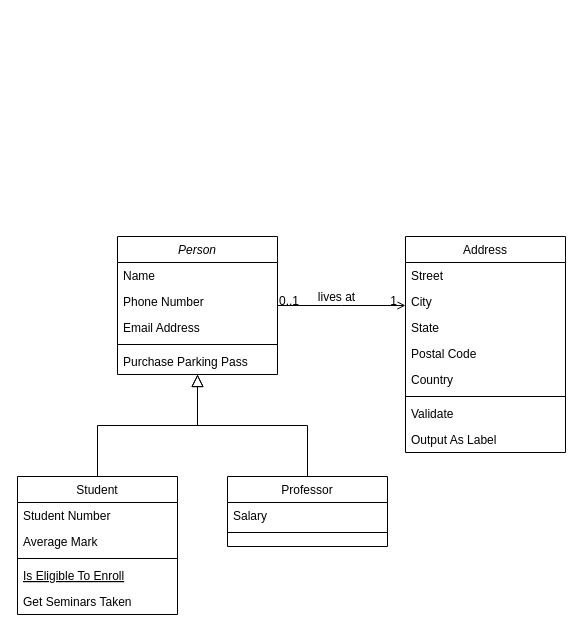
davidefgrossi/davidefgrossi keeps this draw.io diagram as Untitled Diagram.drawio. Above is the earlier version. Source tidied: cells renumbered, new cells numbered last; positions are measured from the earlier drawing's top-left corner, leaving out a move shared by most shapes. Both pictures are drawn from the tidied source at 100%, with x=0, y=0 at pixel (17, 236).
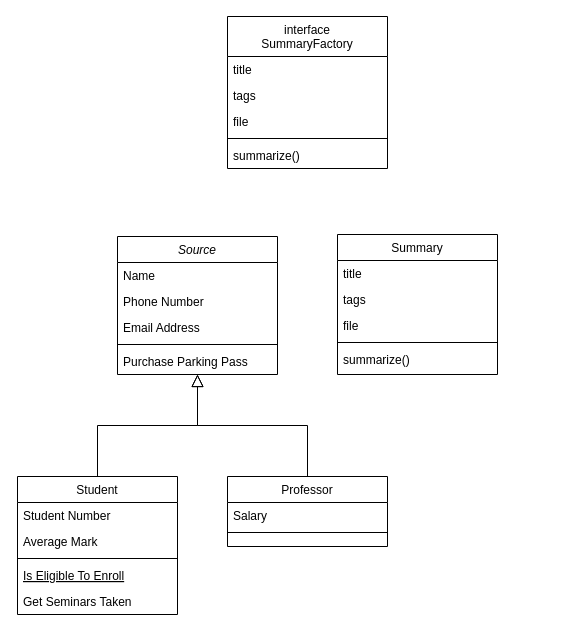
Above is the later version.

Change to the diagram source:
```diff
@@
-    <mxCell id="2" value="Person" style="swimlane;fontStyle=2;align=center;verticalAlign=top;horizontal=1;startSize=26;rounded=0;shadow=0;strokeWidth=1;" parent="1" vertex="1">
+    <mxCell id="2" value="Source" style="swimlane;fontStyle=2;align=center;verticalAlign=top;horizontal=1;startSize=26;rounded=0;shadow=0;strokeWidth=1;" parent="1" vertex="1">
       <mxGeometry x="100" width="160" height="138" as="geometry" />
     </mxCell>
@@
-    <mxCell id="19" value="Address" style="swimlane;fontStyle=0;align=center;verticalAlign=top;horizontal=1;startSize=26;rounded=0;shadow=0;strokeWidth=1;" parent="1" vertex="1">
-      <mxGeometry x="388" width="160" height="216" as="geometry" />
+    <mxCell id="19" value="Summary" style="swimlane;fontStyle=0;align=center;verticalAlign=top;horizontal=1;startSize=26;rounded=0;shadow=0;strokeWidth=1;" parent="1" vertex="1">
+      <mxGeometry x="320" y="-2" width="160" height="140" as="geometry" />
     </mxCell>
-    <mxCell id="20" value="Street" style="text;align=left;verticalAlign=top;spacingLeft=4;spacingRight=4;overflow=hidden;" parent="19" vertex="1">
+    <mxCell id="20" value="title    " style="text;align=left;verticalAlign=top;spacingLeft=4;spacingRight=4;overflow=hidden;" parent="19" vertex="1">
       <mxGeometry y="26" width="160" height="26" as="geometry" />
     </mxCell>
-    <mxCell id="21" value="City" style="text;align=left;verticalAlign=top;spacingLeft=4;spacingRight=4;overflow=hidden;rounded=0;shadow=0;html=0;" parent="19" vertex="1">
+    <mxCell id="21" value="tags" style="text;align=left;verticalAlign=top;spacingLeft=4;spacingRight=4;overflow=hidden;rounded=0;shadow=0;html=0;" parent="19" vertex="1">
       <mxGeometry y="52" width="160" height="26" as="geometry" />
     </mxCell>
-    <mxCell id="22" value="State" style="text;align=left;verticalAlign=top;spacingLeft=4;spacingRight=4;overflow=hidden;rounded=0;shadow=0;html=0;" parent="19" vertex="1">
-      <mxGeometry y="78" width="160" height="26" as="geometry" />
-    </mxCell>
-    <mxCell id="23" value="Postal Code" style="text;align=left;verticalAlign=top;spacingLeft=4;spacingRight=4;overflow=hidden;rounded=0;shadow=0;html=0;" parent="19" vertex="1">
-      <mxGeometry y="104" width="160" height="26" as="geometry" />
-    </mxCell>
-    <mxCell id="24" value="Country" style="text;align=left;verticalAlign=top;spacingLeft=4;spacingRight=4;overflow=hidden;rounded=0;shadow=0;html=0;" parent="19" vertex="1">
-      <mxGeometry y="130" width="160" height="26" as="geometry" />
-    </mxCell>
+    <mxCell id="32" value="file" style="text;align=left;verticalAlign=top;spacingLeft=4;spacingRight=4;overflow=hidden;rounded=0;shadow=0;html=0;" parent="19" vertex="1">
+      <mxGeometry y="78" width="160" height="26" as="geometry" />
+    </mxCell>
     <mxCell id="25" style="line;html=1;strokeWidth=1;align=left;verticalAlign=middle;spacingTop=-1;spacingLeft=3;spacingRight=3;labelPosition=right;" parent="19" vertex="1">
-      <mxGeometry y="156" width="160" height="8" as="geometry" />
+      <mxGeometry y="104" width="160" height="8" as="geometry" />
     </mxCell>
-    <mxCell id="26" value="Validate" style="text;align=left;verticalAlign=top;spacingLeft=4;spacingRight=4;overflow=hidden;" parent="19" vertex="1">
-      <mxGeometry y="164" width="160" height="26" as="geometry" />
+    <mxCell id="26" value="summarize()" style="text;align=left;verticalAlign=top;spacingLeft=4;spacingRight=4;overflow=hidden;" parent="19" vertex="1">
+      <mxGeometry y="112" width="160" height="26" as="geometry" />
     </mxCell>
-    <mxCell id="27" value="Output As Label" style="text;align=left;verticalAlign=top;spacingLeft=4;spacingRight=4;overflow=hidden;" parent="19" vertex="1">
-      <mxGeometry y="190" width="160" height="26" as="geometry" />
-    </mxCell>
-    <mxCell id="28" style="endArrow=open;shadow=0;strokeWidth=1;rounded=0;endFill=1;edgeStyle=elbowEdgeStyle;elbow=vertical;" parent="1" edge="1" source="2" target="19">
-      <mxGeometry x="0.5" y="41" relative="1" as="geometry">
-        <mxPoint x="-40" y="32" as="offset" />
-      </mxGeometry>
-    </mxCell>
-    <mxCell id="29" value="0..1" style="align=left;verticalAlign=bottom;labelBackgroundColor=none;fontSize=12;" parent="28" vertex="1">
-      <mxGeometry x="-1" relative="1" as="geometry">
-        <mxPoint y="4" as="offset" />
-      </mxGeometry>
-    </mxCell>
-    <mxCell id="30" value="1" style="align=right;verticalAlign=bottom;labelBackgroundColor=none;fontSize=12;" parent="28" vertex="1">
-      <mxGeometry x="1" relative="1" as="geometry">
-        <mxPoint x="-7" y="4" as="offset" />
-      </mxGeometry>
-    </mxCell>
-    <mxCell id="31" value="lives at" style="text;html=1;align=center;verticalAlign=middle;labelBackgroundColor=none;rounded=0;shadow=0;strokeWidth=1;fontSize=12;" parent="28" vertex="1">
-      <mxGeometry x="0.5" y="49" relative="1" as="geometry">
-        <mxPoint x="-38" y="40" as="offset" />
-      </mxGeometry>
-    </mxCell>
+    <mxCell id="33" value="interface&#10;SummaryFactory&#10;" style="swimlane;fontStyle=0;align=center;verticalAlign=top;horizontal=1;startSize=40;rounded=0;shadow=0;strokeWidth=1;" parent="1" vertex="1">
+      <mxGeometry x="210" y="-220" width="160" height="152" as="geometry" />
+    </mxCell>
+    <mxCell id="34" value="title    " style="text;align=left;verticalAlign=top;spacingLeft=4;spacingRight=4;overflow=hidden;" parent="33" vertex="1">
+      <mxGeometry y="40" width="160" height="26" as="geometry" />
+    </mxCell>
+    <mxCell id="35" value="tags" style="text;align=left;verticalAlign=top;spacingLeft=4;spacingRight=4;overflow=hidden;rounded=0;shadow=0;html=0;" parent="33" vertex="1">
+      <mxGeometry y="66" width="160" height="26" as="geometry" />
+    </mxCell>
+    <mxCell id="36" value="file" style="text;align=left;verticalAlign=top;spacingLeft=4;spacingRight=4;overflow=hidden;rounded=0;shadow=0;html=0;" parent="33" vertex="1">
+      <mxGeometry y="92" width="160" height="26" as="geometry" />
+    </mxCell>
+    <mxCell id="37" style="line;html=1;strokeWidth=1;align=left;verticalAlign=middle;spacingTop=-1;spacingLeft=3;spacingRight=3;labelPosition=right;" parent="33" vertex="1">
+      <mxGeometry y="118" width="160" height="8" as="geometry" />
+    </mxCell>
+    <mxCell id="38" value="summarize()" style="text;align=left;verticalAlign=top;spacingLeft=4;spacingRight=4;overflow=hidden;" parent="33" vertex="1">
+      <mxGeometry y="126" width="160" height="26" as="geometry" />
+    </mxCell>
```
